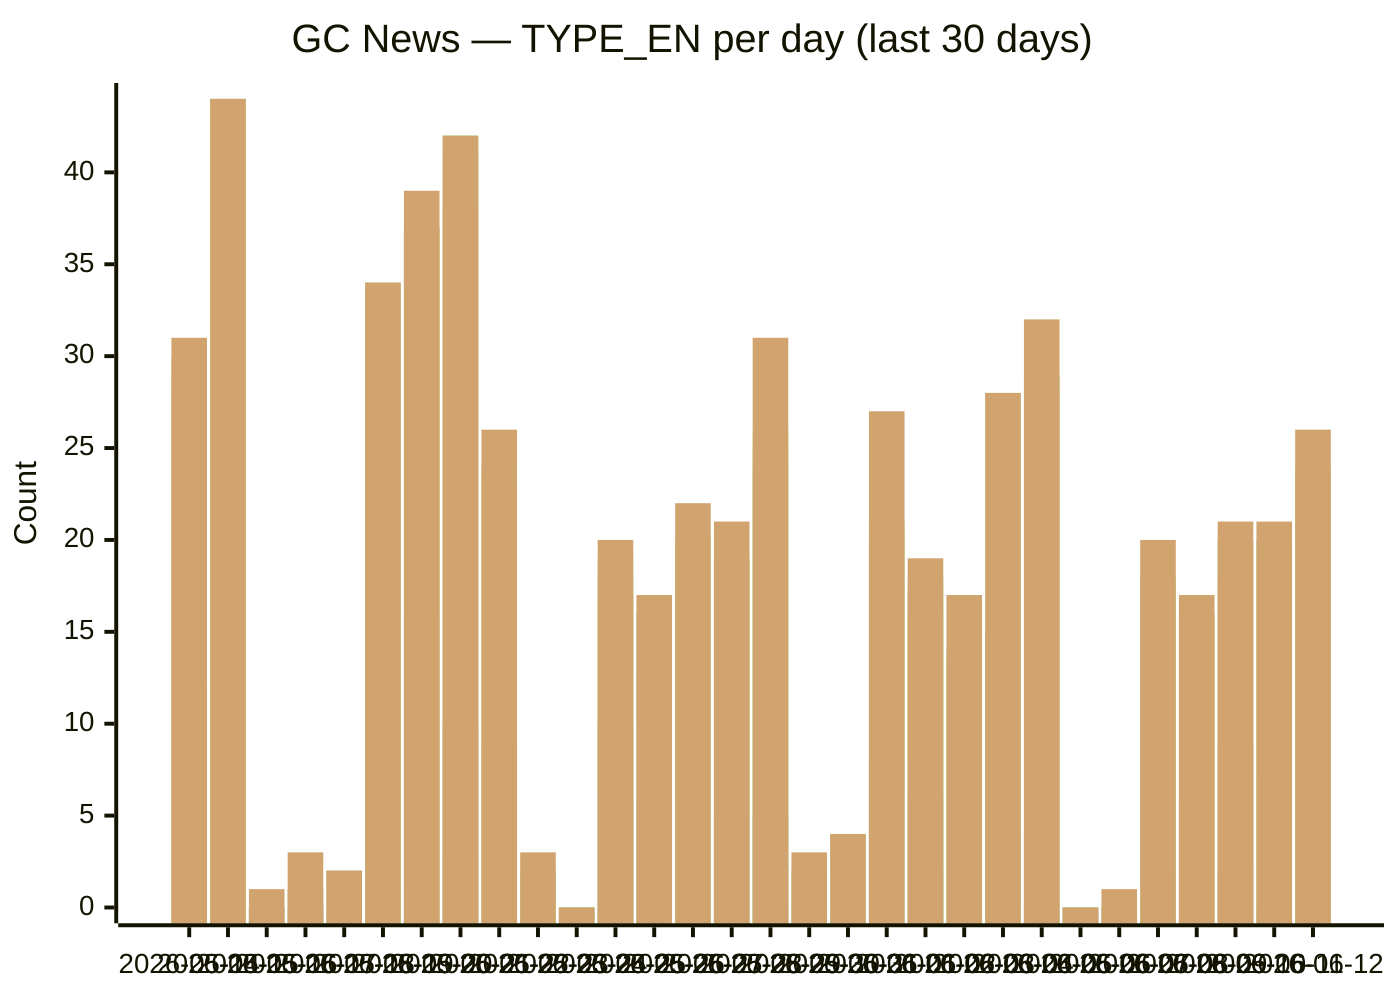
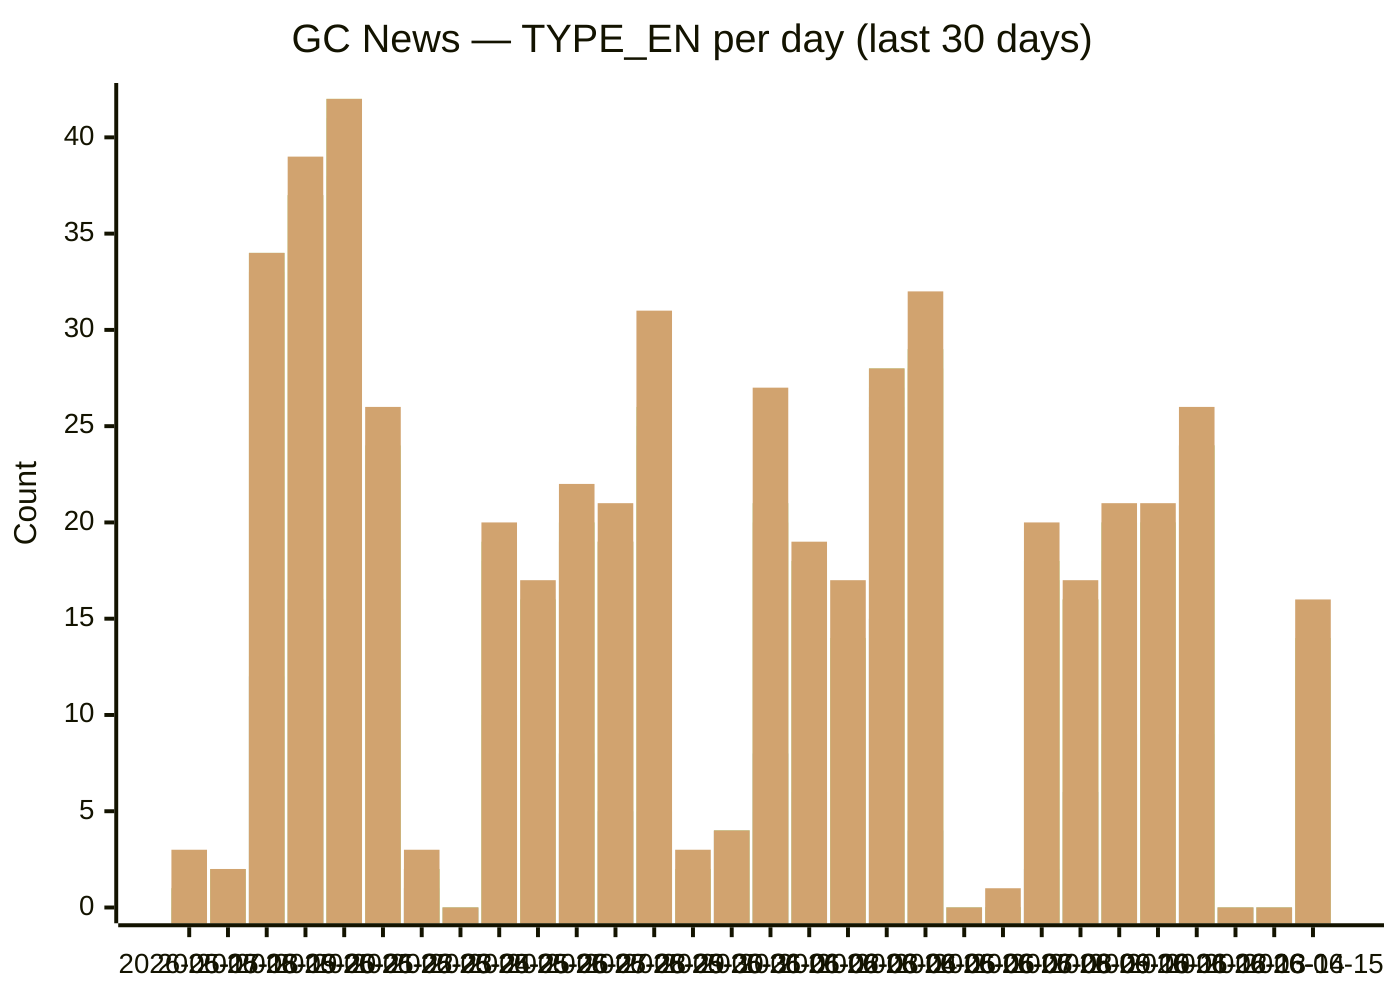
xychart-beta
  title "GC News — TYPE_EN per day (last 30 days)"
-   x-axis [2026-05-14, 2026-05-15, 2026-05-16, 2026-05-17, 2026-05-18, 2026-05-19, 2026-05-20, 2026-05-21, 2026-05-22, 2026-05-23, 2026-05-24, 2026-05-25, 2026-05-26, 2026-05-27, 2026-05-28, 2026-05-29, 2026-05-30, 2026-05-31, 2026-06-01, 2026-06-02, 2026-06-03, 2026-06-04, 2026-06-05, 2026-06-06, 2026-06-07, 2026-06-08, 2026-06-09, 2026-06-10, 2026-06-11, 2026-06-12]
-   y-axis "Count" 0 --> 44
-   bar backgrounders [4, 5, 0, 0, 0, 1, 1, 3, 3, 0, 0, 6, 1, 4, 1, 1, 0, 0, 5, 2, 2, 2, 0, 0, 0, 0, 3, 2, 0, 3]
-   bar "media advisories" [12, 22, 0, 0, 2, 12, 16, 10, 9, 1, 0, 10, 6, 8, 5, 5, 0, 4, 8, 6, 5, 15, 4, 0, 0, 2, 6, 9, 7, 9]
-   bar "news releases" [28, 42, 0, 1, 2, 33, 37, 38, 23, 2, 0, 17, 13, 19, 19, 24, 2, 4, 20, 16, 13, 26, 28, 0, 0, 17, 16, 18, 19, 24]
-   bar readouts [29, 44, 0, 1, 2, 34, 37, 41, 23, 2, 0, 18, 16, 20, 19, 25, 2, 4, 21, 17, 14, 27, 29, 0, 0, 17, 16, 20, 20, 24]
-   bar speeches [30, 44, 0, 1, 2, 34, 37, 42, 24, 2, 0, 19, 16, 20, 19, 26, 2, 4, 21, 18, 14, 28, 29, 0, 0, 18, 16, 20, 20, 24]
-   bar statements [31, 44, 1, 3, 2, 34, 39, 42, 26, 3, 0, 20, 17, 22, 21, 31, 3, 4, 27, 19, 17, 28, 32, 0, 1, 20, 17, 21, 21, 26]
+   x-axis [2026-05-17, 2026-05-18, 2026-05-19, 2026-05-20, 2026-05-21, 2026-05-22, 2026-05-23, 2026-05-24, 2026-05-25, 2026-05-26, 2026-05-27, 2026-05-28, 2026-05-29, 2026-05-30, 2026-05-31, 2026-06-01, 2026-06-02, 2026-06-03, 2026-06-04, 2026-06-05, 2026-06-06, 2026-06-07, 2026-06-08, 2026-06-09, 2026-06-10, 2026-06-11, 2026-06-12, 2026-06-13, 2026-06-14, 2026-06-15]
+   y-axis "Count" 0 --> 42
+   bar backgrounders [0, 0, 1, 1, 3, 3, 0, 0, 6, 1, 4, 1, 1, 0, 0, 5, 2, 2, 2, 0, 0, 0, 0, 3, 2, 0, 3, 0, 0, 2]
+   bar "media advisories" [0, 2, 12, 16, 10, 9, 1, 0, 10, 6, 8, 5, 5, 0, 4, 8, 6, 5, 15, 4, 0, 0, 2, 6, 9, 7, 9, 0, 0, 5]
+   bar "news releases" [1, 2, 33, 37, 38, 23, 2, 0, 17, 13, 19, 19, 24, 2, 4, 20, 16, 13, 26, 28, 0, 0, 17, 16, 18, 19, 24, 0, 0, 12]
+   bar readouts [1, 2, 34, 37, 41, 23, 2, 0, 18, 16, 20, 19, 25, 2, 4, 21, 17, 14, 27, 29, 0, 0, 17, 16, 20, 20, 24, 0, 0, 12]
+   bar speeches [1, 2, 34, 37, 42, 24, 2, 0, 19, 16, 20, 19, 26, 2, 4, 21, 18, 14, 28, 29, 0, 0, 18, 16, 20, 20, 24, 0, 0, 14]
+   bar statements [3, 2, 34, 39, 42, 26, 3, 0, 20, 17, 22, 21, 31, 3, 4, 27, 19, 17, 28, 32, 0, 1, 20, 17, 21, 21, 26, 0, 0, 16]
